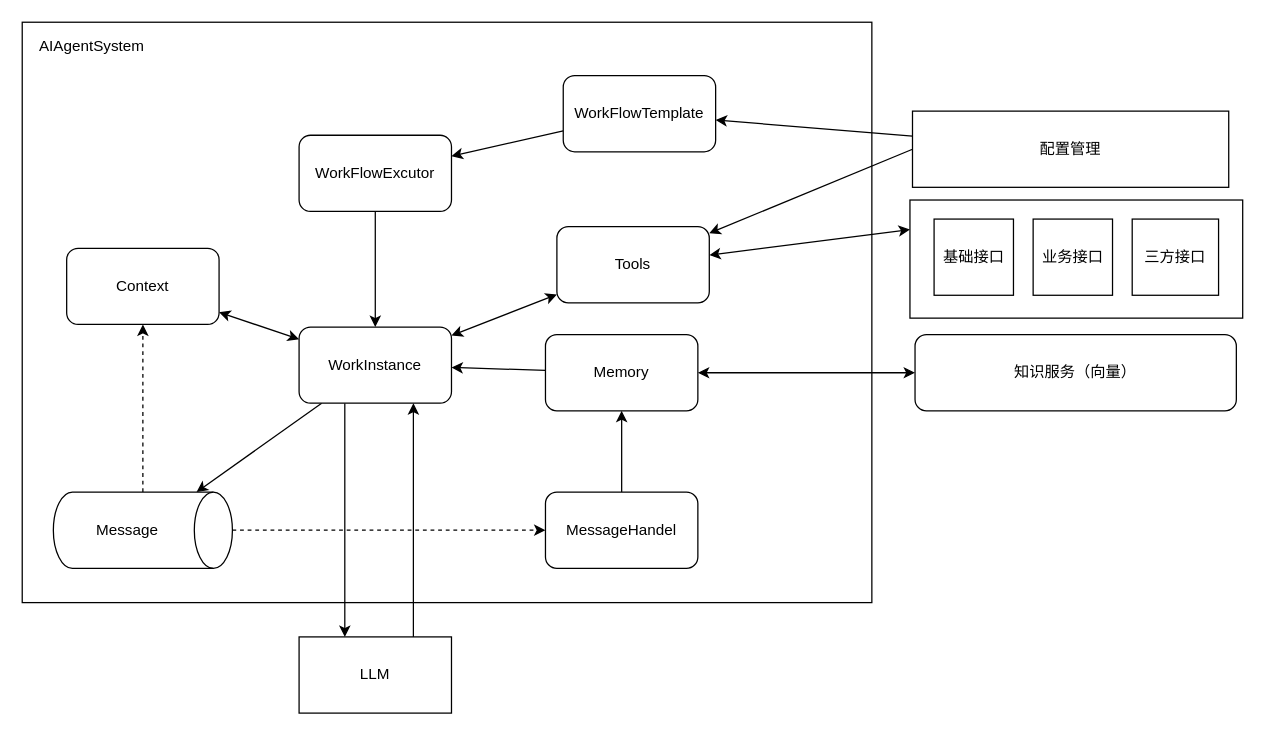
Above: page "AIAgent系统" (5 of 5) of 系统架构.drawio in joeytang/imgs (draw.io), before the change. Source tidied: cells renumbered, new cells numbered last; positions are measured from the earlier drawing's top-left corner, leaving out a move shared by most shapes. Both pictures are drawn from the tidied source at 127%, with x=0, y=0 at pixel (22, 22).
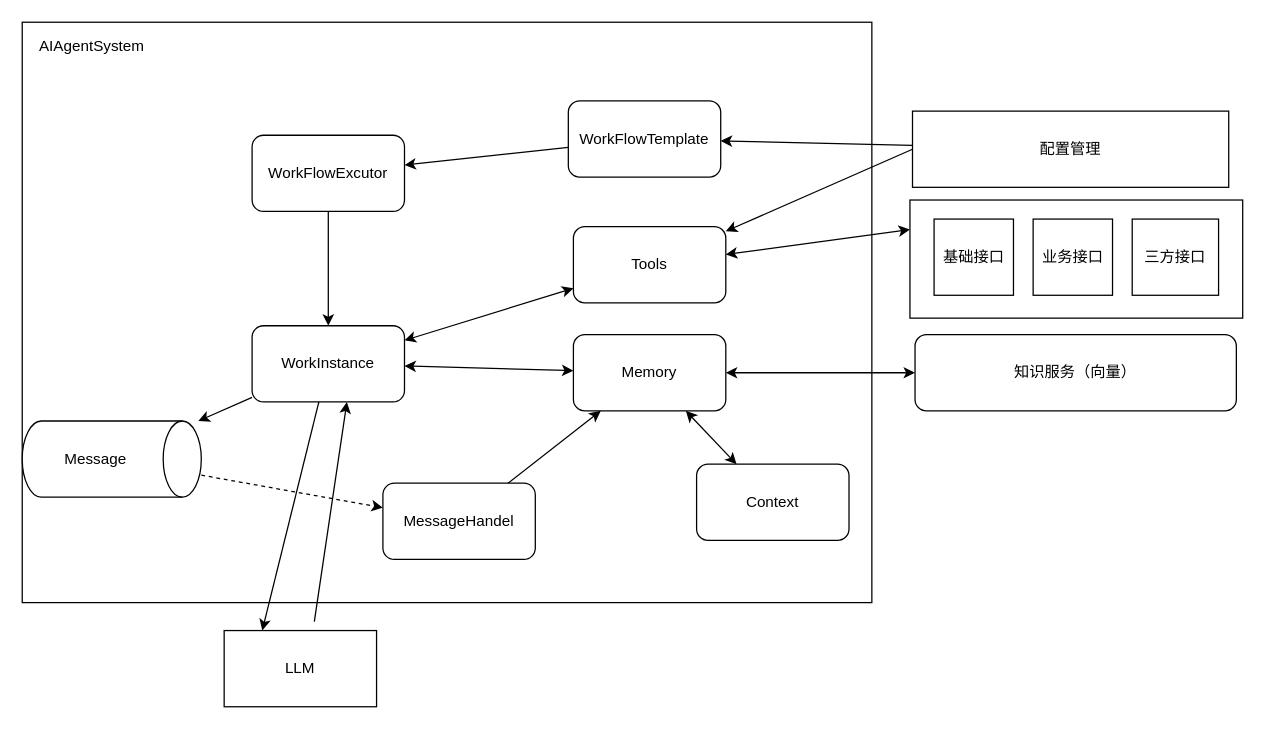
The same page after the edit.

Commit message:
更新系统架构.drawio

The edit, as a diff of the source:
```diff
@@
     <mxCell id="4" value="WorkFlowTemplate" style="rounded=1;whiteSpace=wrap;html=1;" parent="1" vertex="1">
-      <mxGeometry x="426" y="42" width="120" height="60" as="geometry" />
+      <mxGeometry x="430" y="62" width="120" height="60" as="geometry" />
     </mxCell>
@@
     <mxCell id="7" value="WorkFlowExcutor" style="rounded=1;whiteSpace=wrap;html=1;" parent="1" vertex="1">
-      <mxGeometry x="218" y="89" width="120" height="60" as="geometry" />
+      <mxGeometry x="181" y="89" width="120" height="60" as="geometry" />
     </mxCell>
-    <mxCell id="8" style="edgeStyle=orthogonalEdgeStyle;rounded=0;jettySize=auto;html=1;" parent="1" edge="1" source="9" target="32">
-      <mxGeometry relative="1" as="geometry">
-        <Array as="points">
-          <mxPoint x="254" y="391" />
-          <mxPoint x="254" y="391" />
-        </Array>
-      </mxGeometry>
+    <mxCell id="8" style="rounded=0;jettySize=auto;html=1;entryX=0.25;entryY=0;entryDx=0;entryDy=0;" parent="1" edge="1" source="9" target="32">
+      <mxGeometry relative="1" as="geometry" />
     </mxCell>
     <mxCell id="9" value="WorkInstance" style="rounded=1;whiteSpace=wrap;html=1;" parent="1" vertex="1">
-      <mxGeometry x="218" y="240" width="120" height="60" as="geometry" />
+      <mxGeometry x="181" y="239" width="120" height="60" as="geometry" />
     </mxCell>
@@
     <mxCell id="12" value="Tools" style="rounded=1;whiteSpace=wrap;html=1;" parent="1" vertex="1">
-      <mxGeometry x="421" y="161" width="120" height="60" as="geometry" />
+      <mxGeometry x="434" y="161" width="120" height="60" as="geometry" />
     </mxCell>
-    <mxCell id="13" style="rounded=0;jettySize=auto;html=1;" parent="1" edge="1" source="15" target="9">
-      <mxGeometry relative="1" as="geometry" />
-    </mxCell>
@@
     <mxCell id="15" value="Memory" style="rounded=1;whiteSpace=wrap;html=1;" parent="1" vertex="1">
-      <mxGeometry x="412" y="246" width="120" height="60" as="geometry" />
+      <mxGeometry x="434" y="246" width="120" height="60" as="geometry" />
     </mxCell>
-    <mxCell id="16" style="rounded=0;jettySize=auto;html=1;startArrow=classic;startFill=1;" parent="1" edge="1" source="17" target="9">
+    <mxCell id="16" style="rounded=0;jettySize=auto;html=1;startArrow=classic;startFill=1;" parent="1" edge="1" source="15" target="9">
       <mxGeometry relative="1" as="geometry" />
     </mxCell>
     <mxCell id="17" value="Context" style="rounded=1;whiteSpace=wrap;html=1;" parent="1" vertex="1">
-      <mxGeometry x="35" y="178" width="120" height="60" as="geometry" />
+      <mxGeometry x="531" y="348" width="120" height="60" as="geometry" />
     </mxCell>
-    <mxCell id="18" style="edgeStyle=orthogonalEdgeStyle;rounded=0;jettySize=auto;html=1;dashed=1;" parent="1" edge="1" source="20" target="17">
-      <mxGeometry relative="1" as="geometry" />
-    </mxCell>
-    <mxCell id="19" style="edgeStyle=orthogonalEdgeStyle;rounded=0;jettySize=auto;html=1;dashed=1;" parent="1" edge="1" source="20" target="22">
+    <mxCell id="19" style="rounded=0;jettySize=auto;html=1;dashed=1;" parent="1" edge="1" source="20" target="22">
       <mxGeometry relative="1" as="geometry" />
     </mxCell>
     <mxCell id="20" value="Message" style="shape=cylinder3;whiteSpace=wrap;html=1;boundedLbl=1;backgroundOutline=1;size=15;direction=south;" parent="1" vertex="1">
-      <mxGeometry x="24.5" y="370" width="141" height="60" as="geometry" />
+      <mxGeometry y="314" width="141" height="60" as="geometry" />
     </mxCell>
-    <mxCell id="21" style="edgeStyle=orthogonalEdgeStyle;rounded=0;jettySize=auto;html=1;" parent="1" edge="1" source="22" target="15">
+    <mxCell id="21" style="rounded=0;jettySize=auto;html=1;" parent="1" edge="1" source="22" target="15">
       <mxGeometry relative="1" as="geometry" />
     </mxCell>
     <mxCell id="22" value="MessageHandel" style="rounded=1;whiteSpace=wrap;html=1;" parent="1" vertex="1">
-      <mxGeometry x="412" y="370" width="120" height="60" as="geometry" />
+      <mxGeometry x="284" y="363" width="120" height="60" as="geometry" />
     </mxCell>
@@
     <mxCell id="32" value="LLM" style="rounded=0;whiteSpace=wrap;html=1;" parent="1" vertex="1">
-      <mxGeometry x="218" y="484" width="120" height="60" as="geometry" />
+      <mxGeometry x="159" y="479" width="120" height="60" as="geometry" />
     </mxCell>
-    <mxCell id="33" style="edgeStyle=orthogonalEdgeStyle;rounded=0;jettySize=auto;html=1;entryX=0.75;entryY=0;entryDx=0;entryDy=0;exitX=0.75;exitY=1;exitDx=0;exitDy=0;endArrow=none;endFill=0;startArrow=classic;startFill=1;" parent="1" edge="1" source="9" target="32">
-      <mxGeometry relative="1" as="geometry" />
+    <mxCell id="33" style="rounded=0;jettySize=auto;html=1;exitX=0.622;exitY=1.002;exitDx=0;exitDy=0;endArrow=none;endFill=0;startArrow=classic;startFill=1;exitPerimeter=0;" parent="1" edge="1" source="9">
+      <mxGeometry relative="1" as="geometry">
+        <mxPoint x="230" y="472" as="targetPoint" />
+      </mxGeometry>
     </mxCell>
@@
+    <mxCell id="35" style="rounded=0;jettySize=auto;html=1;startArrow=classic;startFill=1;" parent="1" edge="1" source="17" target="15">
+      <mxGeometry relative="1" as="geometry" />
+    </mxCell>
```
